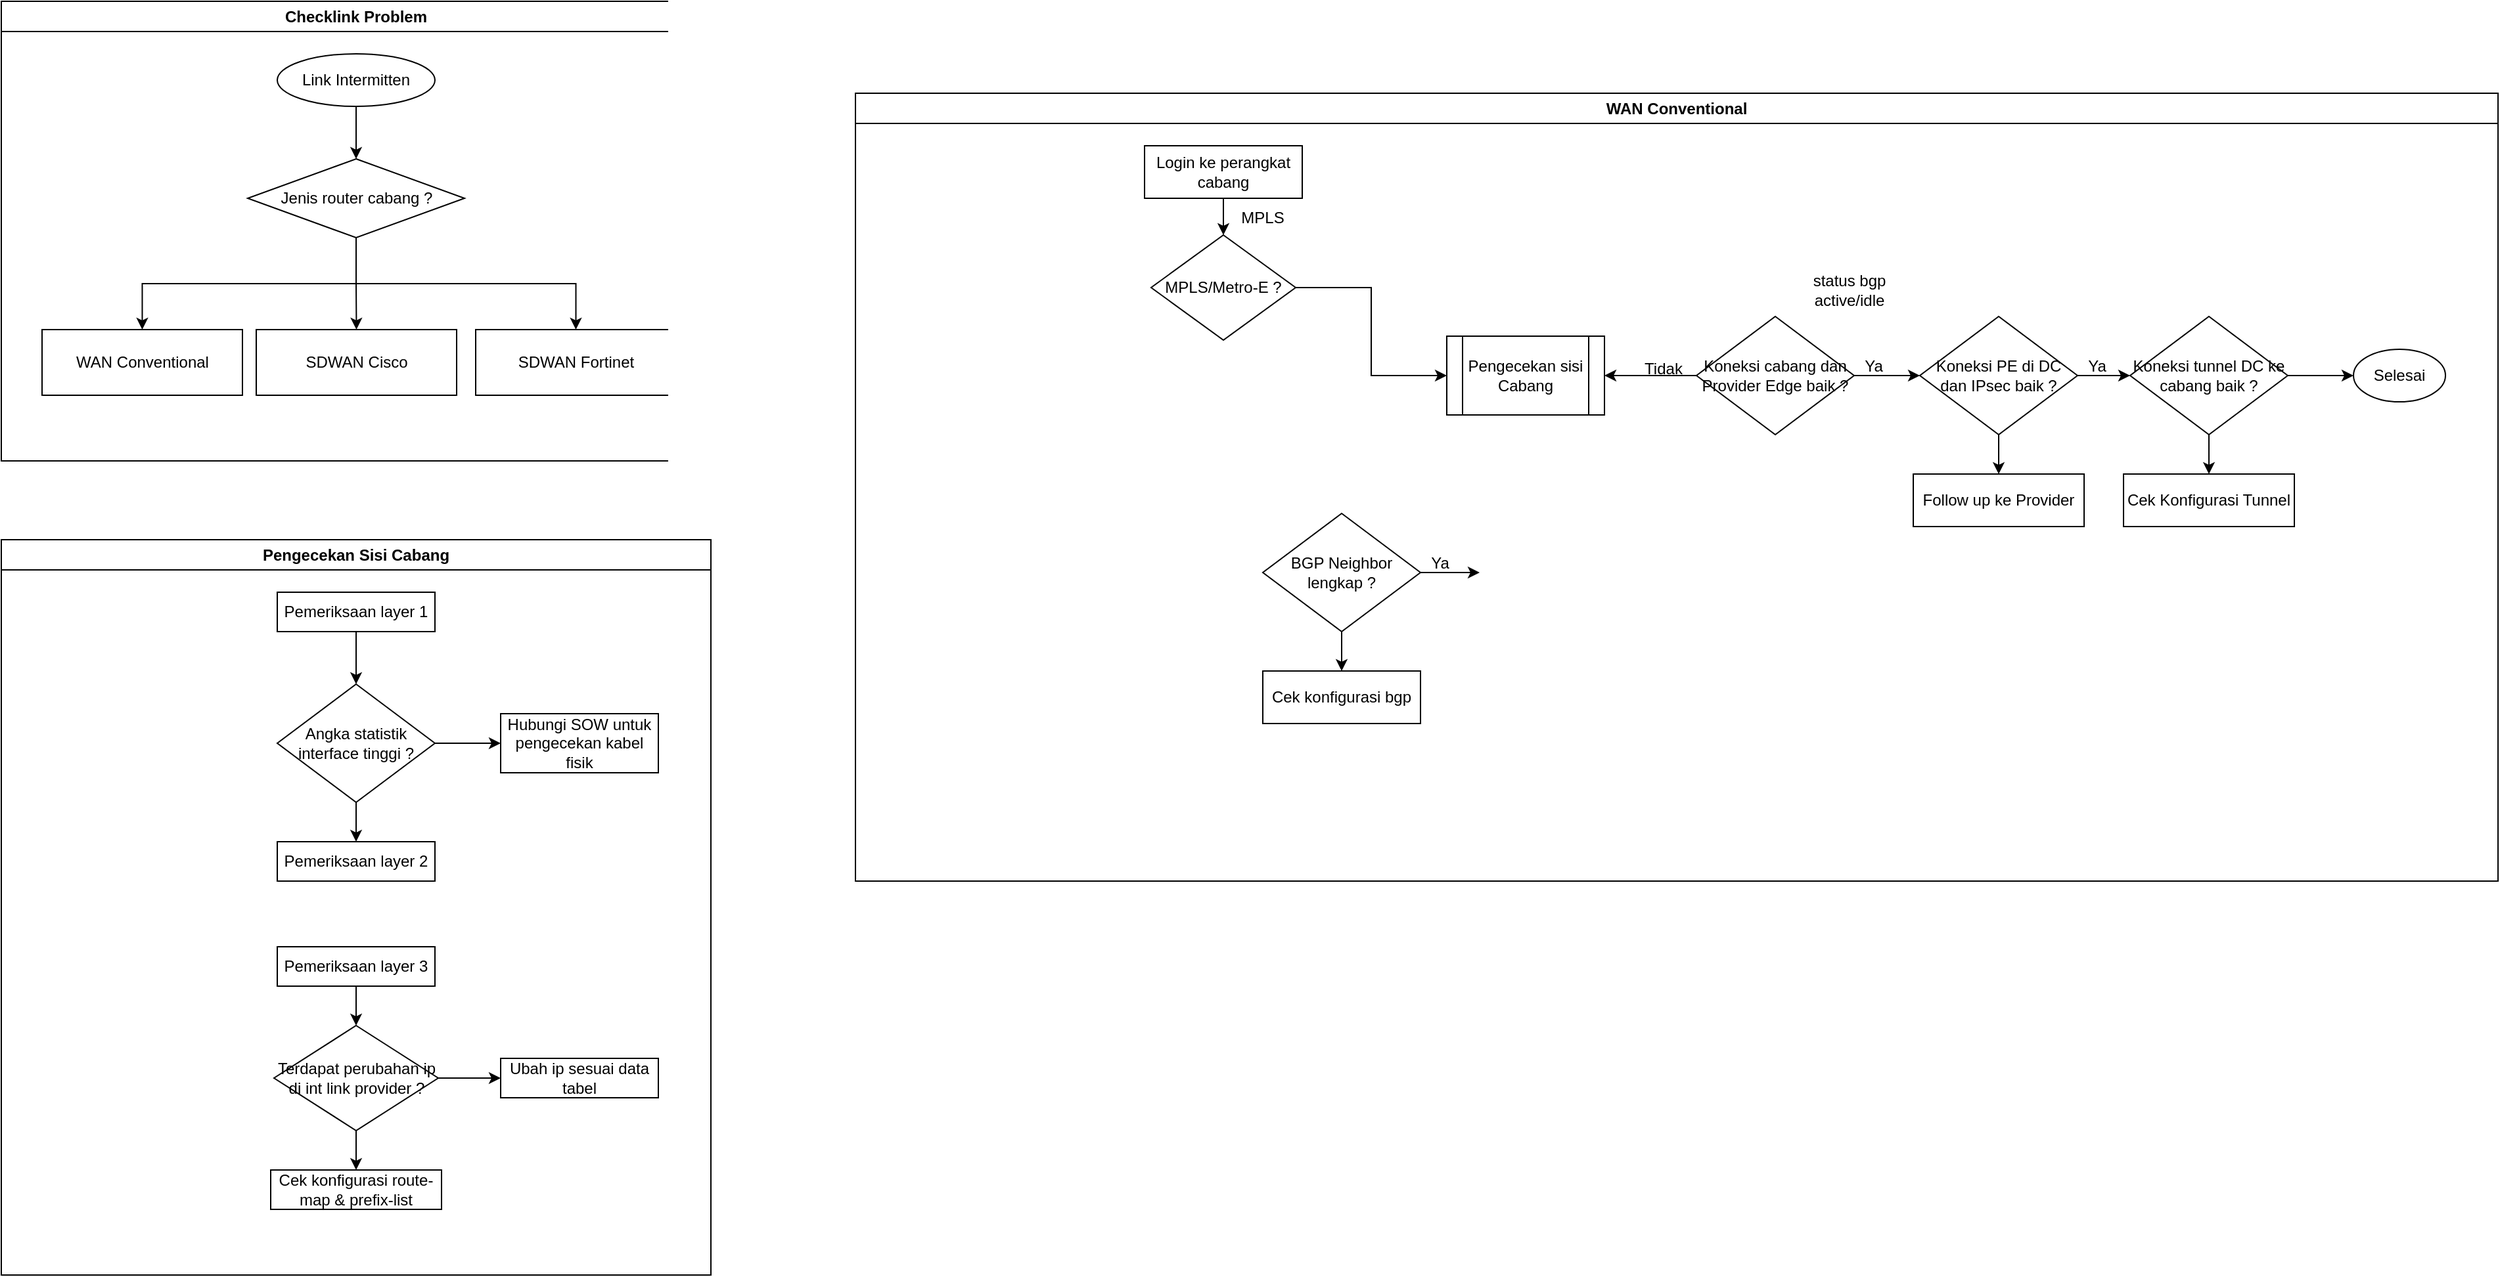
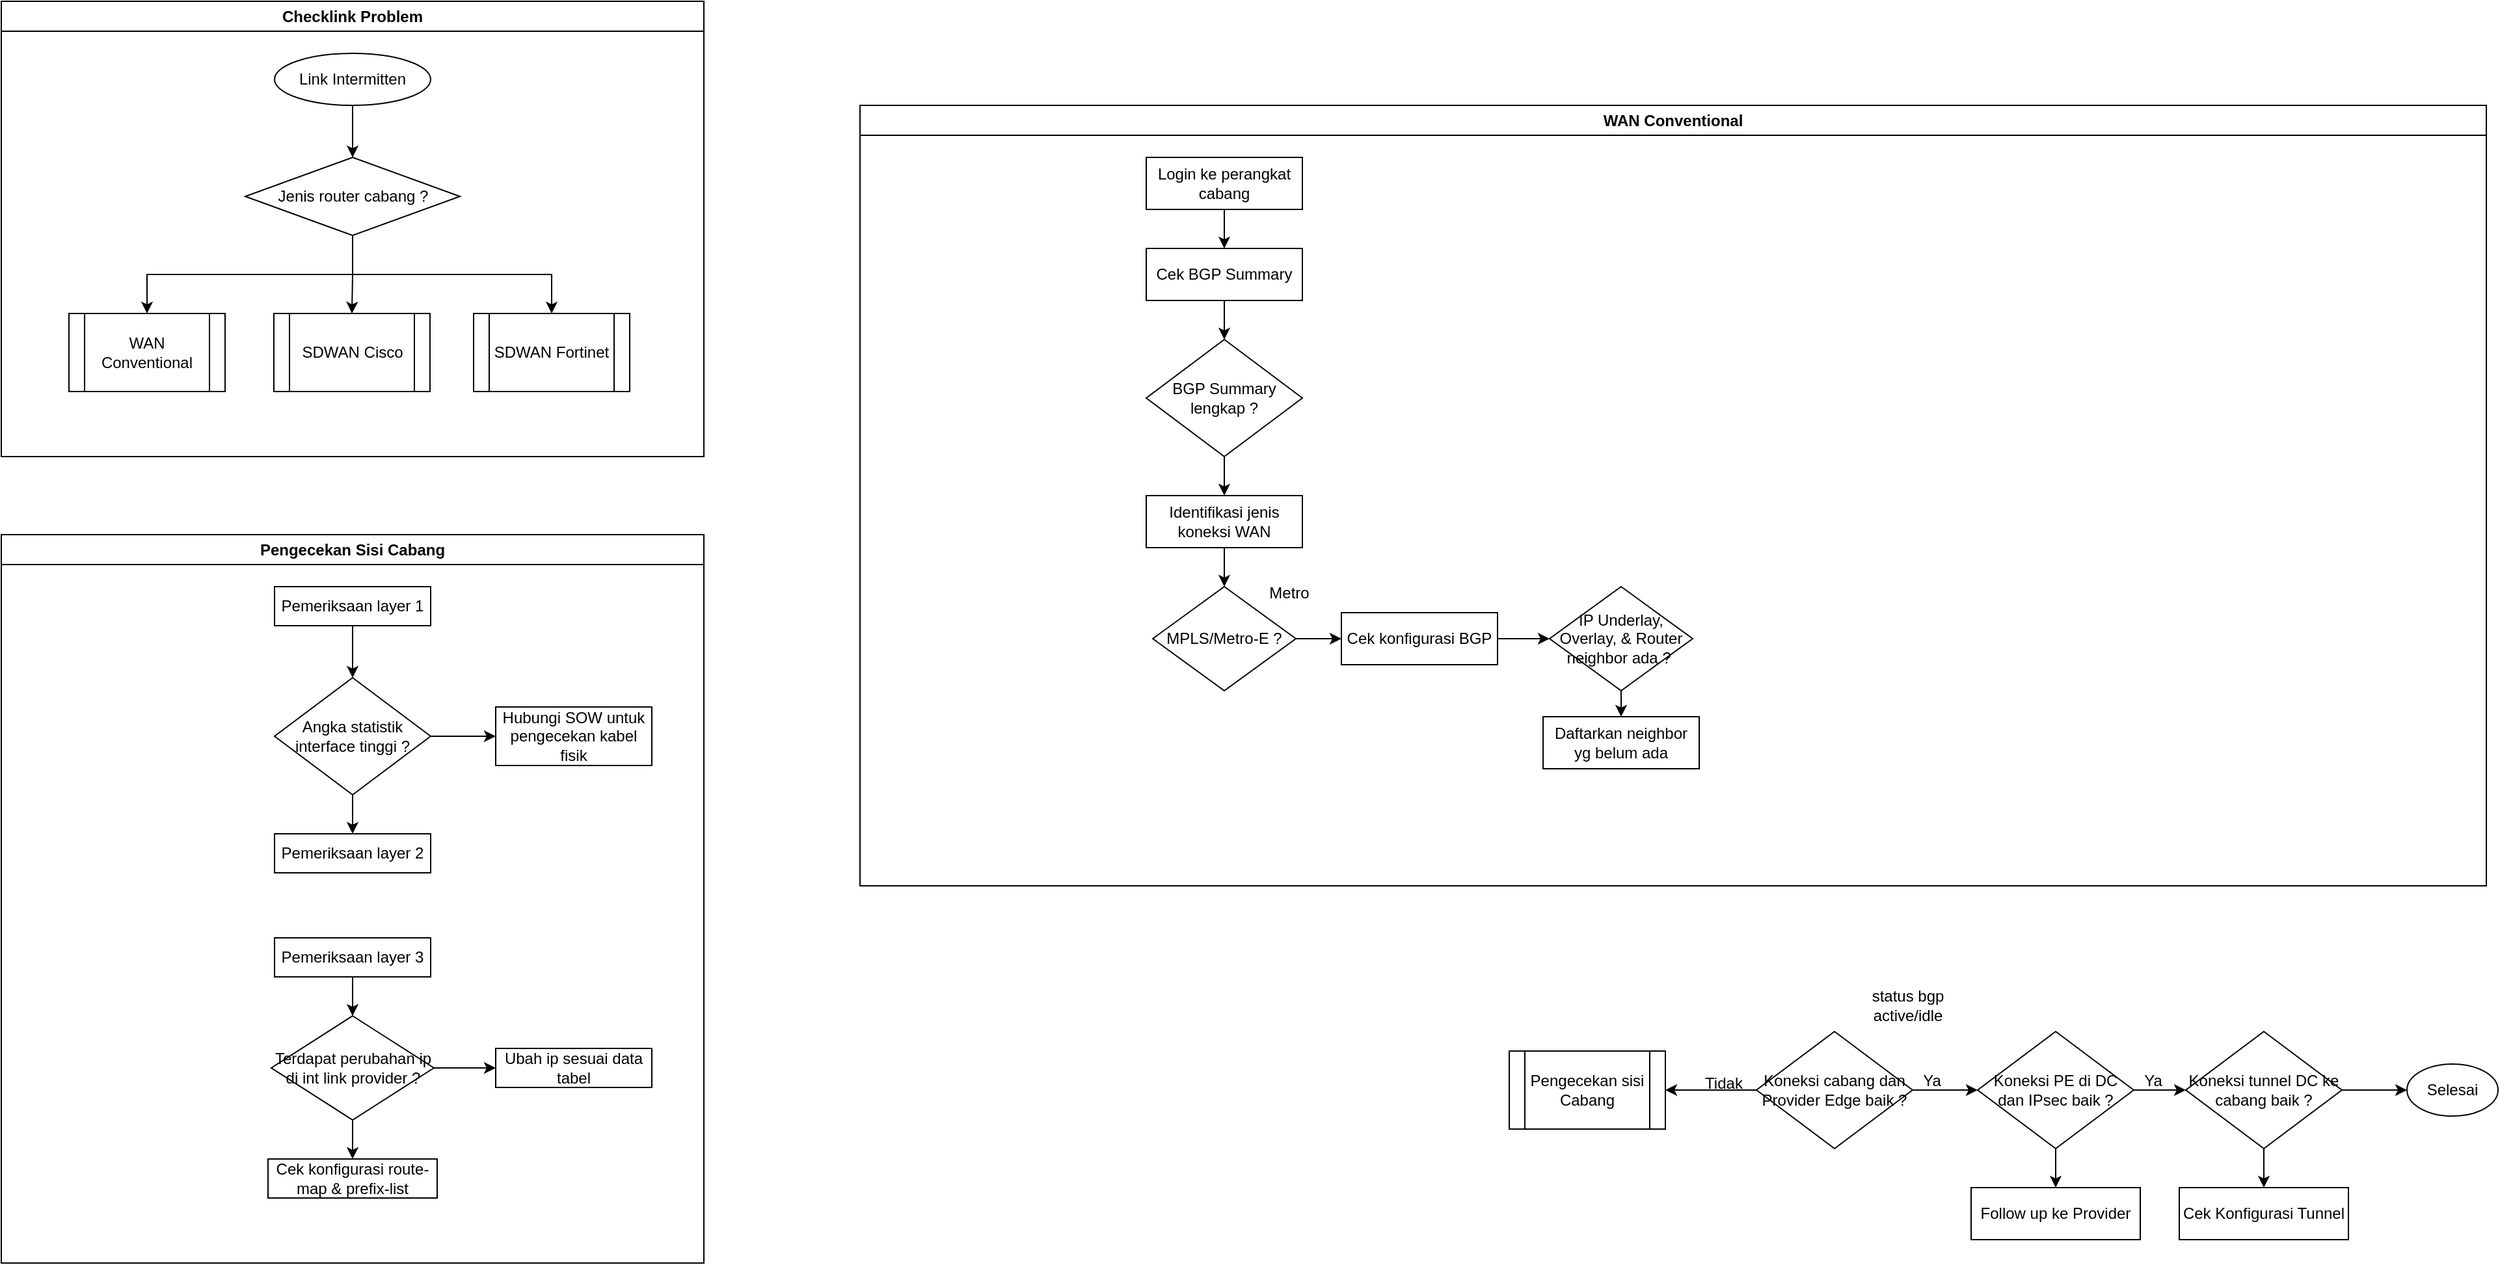
<mxfile host="app.diagrams.net">
  <diagram name="Page-1" id="9vhfLtuUu_MpJ2AiOVXD">
-     <mxGraphModel dx="1532" dy="908" grid="1" gridSize="10" guides="1" tooltips="1" connect="1" arrows="1" fold="1" page="1" pageScale="1" pageWidth="850" pageHeight="1100" math="0" shadow="0">
+     <mxGraphModel dx="1190" dy="906" grid="1" gridSize="10" guides="1" tooltips="1" connect="1" arrows="1" fold="1" page="1" pageScale="1" pageWidth="850" pageHeight="1100" math="0" shadow="0">
      <root>
        <mxCell id="0" />
        <mxCell id="1" parent="0" />
        <mxCell id="pEuGeytKHn6pjW4NDgE5-2" parent="1" style="swimlane;whiteSpace=wrap;html=1;" value="Checklink Problem" vertex="1">
          <mxGeometry height="350" width="540" x="10" y="10" as="geometry" />
        </mxCell>
        <mxCell id="P1elN6ceBegf7L-zKAY9-7" edge="1" parent="pEuGeytKHn6pjW4NDgE5-2" source="P1elN6ceBegf7L-zKAY9-3" style="edgeStyle=orthogonalEdgeStyle;rounded=0;orthogonalLoop=1;jettySize=auto;html=1;exitX=0.5;exitY=1;exitDx=0;exitDy=0;entryX=0.5;entryY=0;entryDx=0;entryDy=0;" target="P1elN6ceBegf7L-zKAY9-6">
          <mxGeometry relative="1" as="geometry" />
        </mxCell>
        <mxCell id="P1elN6ceBegf7L-zKAY9-3" parent="pEuGeytKHn6pjW4NDgE5-2" style="ellipse;whiteSpace=wrap;html=1;" value="Link Intermitten" vertex="1">
          <mxGeometry height="40" width="120" x="210" y="40" as="geometry" />
        </mxCell>
-         <mxCell id="P1elN6ceBegf7L-zKAY9-11" edge="1" parent="pEuGeytKHn6pjW4NDgE5-2" source="P1elN6ceBegf7L-zKAY9-6" style="edgeStyle=orthogonalEdgeStyle;rounded=0;orthogonalLoop=1;jettySize=auto;html=1;exitX=0.5;exitY=1;exitDx=0;exitDy=0;" target="P1elN6ceBegf7L-zKAY9-8">
+         <mxCell id="v4keN2X_tolYOajlrL1v-25" edge="1" parent="pEuGeytKHn6pjW4NDgE5-2" source="P1elN6ceBegf7L-zKAY9-6" style="edgeStyle=orthogonalEdgeStyle;rounded=0;orthogonalLoop=1;jettySize=auto;html=1;exitX=0.5;exitY=1;exitDx=0;exitDy=0;entryX=0.5;entryY=0;entryDx=0;entryDy=0;" target="v4keN2X_tolYOajlrL1v-22">
          <mxGeometry relative="1" as="geometry" />
        </mxCell>
-         <mxCell id="P1elN6ceBegf7L-zKAY9-12" edge="1" parent="pEuGeytKHn6pjW4NDgE5-2" source="P1elN6ceBegf7L-zKAY9-6" style="edgeStyle=orthogonalEdgeStyle;rounded=0;orthogonalLoop=1;jettySize=auto;html=1;exitX=0.5;exitY=1;exitDx=0;exitDy=0;" target="P1elN6ceBegf7L-zKAY9-9">
+         <mxCell id="v4keN2X_tolYOajlrL1v-26" edge="1" parent="pEuGeytKHn6pjW4NDgE5-2" source="P1elN6ceBegf7L-zKAY9-6" style="edgeStyle=orthogonalEdgeStyle;rounded=0;orthogonalLoop=1;jettySize=auto;html=1;exitX=0.5;exitY=1;exitDx=0;exitDy=0;entryX=0.5;entryY=0;entryDx=0;entryDy=0;" target="v4keN2X_tolYOajlrL1v-23">
          <mxGeometry relative="1" as="geometry" />
        </mxCell>
-         <mxCell id="P1elN6ceBegf7L-zKAY9-13" edge="1" parent="pEuGeytKHn6pjW4NDgE5-2" source="P1elN6ceBegf7L-zKAY9-6" style="edgeStyle=orthogonalEdgeStyle;rounded=0;orthogonalLoop=1;jettySize=auto;html=1;exitX=0.5;exitY=1;exitDx=0;exitDy=0;" target="P1elN6ceBegf7L-zKAY9-10">
+         <mxCell id="v4keN2X_tolYOajlrL1v-27" edge="1" parent="pEuGeytKHn6pjW4NDgE5-2" source="P1elN6ceBegf7L-zKAY9-6" style="edgeStyle=orthogonalEdgeStyle;rounded=0;orthogonalLoop=1;jettySize=auto;html=1;exitX=0.5;exitY=1;exitDx=0;exitDy=0;" target="v4keN2X_tolYOajlrL1v-24">
          <mxGeometry relative="1" as="geometry" />
        </mxCell>
        <mxCell id="P1elN6ceBegf7L-zKAY9-6" parent="pEuGeytKHn6pjW4NDgE5-2" style="rhombus;whiteSpace=wrap;html=1;" value="Jenis router cabang ?" vertex="1">
          <mxGeometry height="60" width="165" x="187.5" y="120" as="geometry" />
        </mxCell>
-         <mxCell id="P1elN6ceBegf7L-zKAY9-8" parent="pEuGeytKHn6pjW4NDgE5-2" style="rounded=0;whiteSpace=wrap;html=1;" value="WAN Conventional" vertex="1">
-           <mxGeometry height="50" width="152.5" x="31" y="250" as="geometry" />
+         <mxCell id="v4keN2X_tolYOajlrL1v-22" parent="pEuGeytKHn6pjW4NDgE5-2" style="shape=process;whiteSpace=wrap;html=1;backgroundOutline=1;" value="WAN Conventional" vertex="1">
+           <mxGeometry height="60" width="120" x="52" y="240" as="geometry" />
        </mxCell>
-         <mxCell id="P1elN6ceBegf7L-zKAY9-9" parent="pEuGeytKHn6pjW4NDgE5-2" style="rounded=0;whiteSpace=wrap;html=1;" value="SDWAN Cisco" vertex="1">
-           <mxGeometry height="50" width="152.5" x="194" y="250" as="geometry" />
+         <mxCell id="v4keN2X_tolYOajlrL1v-23" parent="pEuGeytKHn6pjW4NDgE5-2" style="shape=process;whiteSpace=wrap;html=1;backgroundOutline=1;" value="SDWAN Cisco" vertex="1">
+           <mxGeometry height="60" width="120" x="209.5" y="240" as="geometry" />
        </mxCell>
-         <mxCell id="P1elN6ceBegf7L-zKAY9-10" parent="pEuGeytKHn6pjW4NDgE5-2" style="rounded=0;whiteSpace=wrap;html=1;" value="SDWAN Fortinet" vertex="1">
-           <mxGeometry height="50" width="152.5" x="361" y="250" as="geometry" />
+         <mxCell id="v4keN2X_tolYOajlrL1v-24" parent="pEuGeytKHn6pjW4NDgE5-2" style="shape=process;whiteSpace=wrap;html=1;backgroundOutline=1;" value="SDWAN Fortinet" vertex="1">
+           <mxGeometry height="60" width="120" x="363" y="240" as="geometry" />
        </mxCell>
        <mxCell id="TYqNpPFM6TGwHHhuPpuI-11" parent="1" style="swimlane;whiteSpace=wrap;html=1;" value="WAN Conventional" vertex="1">
-           <mxGeometry height="600" width="1250" x="660" y="80" as="geometry" />
+           <mxGeometry height="600" width="1250" x="670" y="90" as="geometry" />
        </mxCell>
-         <mxCell id="pmmJg_nAHrXnhT2FHE6J-2" edge="1" parent="TYqNpPFM6TGwHHhuPpuI-11" source="TYqNpPFM6TGwHHhuPpuI-12" style="edgeStyle=orthogonalEdgeStyle;rounded=0;orthogonalLoop=1;jettySize=auto;html=1;" target="pmmJg_nAHrXnhT2FHE6J-1" value="">
+         <mxCell id="v4keN2X_tolYOajlrL1v-10" edge="1" parent="TYqNpPFM6TGwHHhuPpuI-11" source="TYqNpPFM6TGwHHhuPpuI-12" style="edgeStyle=orthogonalEdgeStyle;rounded=0;orthogonalLoop=1;jettySize=auto;html=1;exitX=0.5;exitY=1;exitDx=0;exitDy=0;entryX=0.5;entryY=0;entryDx=0;entryDy=0;" target="v4keN2X_tolYOajlrL1v-9">
          <mxGeometry relative="1" as="geometry" />
        </mxCell>
        <mxCell id="TYqNpPFM6TGwHHhuPpuI-12" parent="TYqNpPFM6TGwHHhuPpuI-11" style="rounded=0;whiteSpace=wrap;html=1;" value="Login ke perangkat cabang" vertex="1">
          <mxGeometry height="40" width="120" x="220" y="40" as="geometry" />
        </mxCell>
-         <mxCell id="TYqNpPFM6TGwHHhuPpuI-30" edge="1" parent="TYqNpPFM6TGwHHhuPpuI-11" source="TYqNpPFM6TGwHHhuPpuI-13" style="edgeStyle=orthogonalEdgeStyle;rounded=0;orthogonalLoop=1;jettySize=auto;html=1;exitX=1;exitY=0.5;exitDx=0;exitDy=0;entryX=0;entryY=0.5;entryDx=0;entryDy=0;">
-           <mxGeometry relative="1" as="geometry">
-             <mxPoint x="475" y="365" as="targetPoint" />
-           </mxGeometry>
-         </mxCell>
-         <mxCell id="aBstJuGHSijlGCTxtPnz-3" edge="1" parent="TYqNpPFM6TGwHHhuPpuI-11" source="TYqNpPFM6TGwHHhuPpuI-13" style="edgeStyle=orthogonalEdgeStyle;rounded=0;orthogonalLoop=1;jettySize=auto;html=1;" target="aBstJuGHSijlGCTxtPnz-2" value="">
+         <mxCell id="v4keN2X_tolYOajlrL1v-7" edge="1" parent="TYqNpPFM6TGwHHhuPpuI-11" source="v4keN2X_tolYOajlrL1v-5" style="edgeStyle=orthogonalEdgeStyle;rounded=0;orthogonalLoop=1;jettySize=auto;html=1;exitX=0.5;exitY=1;exitDx=0;exitDy=0;" target="pmmJg_nAHrXnhT2FHE6J-1">
          <mxGeometry relative="1" as="geometry" />
        </mxCell>
-         <mxCell id="TYqNpPFM6TGwHHhuPpuI-13" parent="TYqNpPFM6TGwHHhuPpuI-11" style="rhombus;whiteSpace=wrap;html=1;" value="BGP Neighbor lengkap ?" vertex="1">
-           <mxGeometry height="90" width="120" x="310" y="320" as="geometry" />
+         <mxCell id="v4keN2X_tolYOajlrL1v-5" parent="TYqNpPFM6TGwHHhuPpuI-11" style="rounded=0;whiteSpace=wrap;html=1;" value="Identifikasi jenis koneksi WAN" vertex="1">
+           <mxGeometry height="40" width="120" x="220" y="300" as="geometry" />
        </mxCell>
-         <mxCell id="TYqNpPFM6TGwHHhuPpuI-23" edge="1" parent="TYqNpPFM6TGwHHhuPpuI-11" source="TYqNpPFM6TGwHHhuPpuI-19" style="edgeStyle=orthogonalEdgeStyle;rounded=0;orthogonalLoop=1;jettySize=auto;html=1;" target="TYqNpPFM6TGwHHhuPpuI-22" value="">
-           <mxGeometry relative="1" as="geometry" />
-         </mxCell>
-         <mxCell id="TYqNpPFM6TGwHHhuPpuI-34" edge="1" parent="TYqNpPFM6TGwHHhuPpuI-11" source="TYqNpPFM6TGwHHhuPpuI-19" style="edgeStyle=orthogonalEdgeStyle;rounded=0;orthogonalLoop=1;jettySize=auto;html=1;exitX=0;exitY=0.5;exitDx=0;exitDy=0;entryX=1;entryY=0.5;entryDx=0;entryDy=0;" target="TYqNpPFM6TGwHHhuPpuI-33">
-           <mxGeometry relative="1" as="geometry" />
-         </mxCell>
-         <mxCell id="TYqNpPFM6TGwHHhuPpuI-19" parent="TYqNpPFM6TGwHHhuPpuI-11" style="rhombus;whiteSpace=wrap;html=1;" value="Koneksi cabang dan Provider Edge baik ?" vertex="1">
-           <mxGeometry height="90" width="120" x="640" y="170" as="geometry" />
-         </mxCell>
-         <mxCell id="TYqNpPFM6TGwHHhuPpuI-22" parent="TYqNpPFM6TGwHHhuPpuI-11" style="rhombus;whiteSpace=wrap;html=1;" value="Koneksi PE di DC dan IPsec baik ?" vertex="1">
-           <mxGeometry height="90" width="120" x="810" y="170" as="geometry" />
-         </mxCell>
-         <mxCell id="TYqNpPFM6TGwHHhuPpuI-24" parent="TYqNpPFM6TGwHHhuPpuI-11" style="rounded=0;whiteSpace=wrap;html=1;" value="Follow up ke Provider" vertex="1">
-           <mxGeometry height="40" width="130" x="805" y="290" as="geometry" />
-         </mxCell>
-         <mxCell id="TYqNpPFM6TGwHHhuPpuI-25" edge="1" parent="TYqNpPFM6TGwHHhuPpuI-11" source="TYqNpPFM6TGwHHhuPpuI-22" style="edgeStyle=orthogonalEdgeStyle;rounded=0;orthogonalLoop=1;jettySize=auto;html=1;exitX=0.5;exitY=1;exitDx=0;exitDy=0;entryX=0.5;entryY=0;entryDx=0;entryDy=0;" target="TYqNpPFM6TGwHHhuPpuI-24">
-           <mxGeometry relative="1" as="geometry" />
-         </mxCell>
-         <mxCell id="pmmJg_nAHrXnhT2FHE6J-8" edge="1" parent="TYqNpPFM6TGwHHhuPpuI-11" source="TYqNpPFM6TGwHHhuPpuI-26" style="edgeStyle=orthogonalEdgeStyle;rounded=0;orthogonalLoop=1;jettySize=auto;html=1;exitX=1;exitY=0.5;exitDx=0;exitDy=0;entryX=0;entryY=0.5;entryDx=0;entryDy=0;" target="pmmJg_nAHrXnhT2FHE6J-7">
-           <mxGeometry relative="1" as="geometry" />
-         </mxCell>
-         <mxCell id="TYqNpPFM6TGwHHhuPpuI-26" parent="TYqNpPFM6TGwHHhuPpuI-11" style="rhombus;whiteSpace=wrap;html=1;" value="Koneksi tunnel DC ke cabang baik ?" vertex="1">
-           <mxGeometry height="90" width="120" x="970" y="170" as="geometry" />
-         </mxCell>
-         <mxCell id="TYqNpPFM6TGwHHhuPpuI-27" edge="1" parent="TYqNpPFM6TGwHHhuPpuI-11" source="TYqNpPFM6TGwHHhuPpuI-22" style="edgeStyle=orthogonalEdgeStyle;rounded=0;orthogonalLoop=1;jettySize=auto;html=1;" target="TYqNpPFM6TGwHHhuPpuI-26" value="">
-           <mxGeometry relative="1" as="geometry" />
-         </mxCell>
-         <mxCell id="TYqNpPFM6TGwHHhuPpuI-28" parent="TYqNpPFM6TGwHHhuPpuI-11" style="rounded=0;whiteSpace=wrap;html=1;" value="Cek Konfigurasi Tunnel" vertex="1">
-           <mxGeometry height="40" width="130" x="965" y="290" as="geometry" />
-         </mxCell>
-         <mxCell id="TYqNpPFM6TGwHHhuPpuI-29" edge="1" parent="TYqNpPFM6TGwHHhuPpuI-11" source="TYqNpPFM6TGwHHhuPpuI-26" style="edgeStyle=orthogonalEdgeStyle;rounded=0;orthogonalLoop=1;jettySize=auto;html=1;exitX=0.5;exitY=1;exitDx=0;exitDy=0;entryX=0.5;entryY=0;entryDx=0;entryDy=0;" target="TYqNpPFM6TGwHHhuPpuI-28">
-           <mxGeometry relative="1" as="geometry" />
-         </mxCell>
-         <mxCell id="TYqNpPFM6TGwHHhuPpuI-37" parent="TYqNpPFM6TGwHHhuPpuI-11" style="text;html=1;whiteSpace=wrap;strokeColor=none;fillColor=none;align=center;verticalAlign=middle;rounded=0;" value="status bgp active/idle" vertex="1">
-           <mxGeometry height="20" width="97" x="708" y="140" as="geometry" />
-         </mxCell>
-         <mxCell id="TYqNpPFM6TGwHHhuPpuI-38" parent="TYqNpPFM6TGwHHhuPpuI-11" style="text;html=1;whiteSpace=wrap;strokeColor=none;fillColor=none;align=center;verticalAlign=middle;rounded=0;" value="Tidak" vertex="1">
-           <mxGeometry height="20" width="50" x="590" y="200" as="geometry" />
-         </mxCell>
-         <mxCell id="TYqNpPFM6TGwHHhuPpuI-40" parent="TYqNpPFM6TGwHHhuPpuI-11" style="text;html=1;whiteSpace=wrap;strokeColor=none;fillColor=none;align=center;verticalAlign=middle;rounded=0;" value="Ya" vertex="1">
-           <mxGeometry height="20" width="50" x="750" y="198" as="geometry" />
-         </mxCell>
-         <mxCell id="TYqNpPFM6TGwHHhuPpuI-41" parent="TYqNpPFM6TGwHHhuPpuI-11" style="text;html=1;whiteSpace=wrap;strokeColor=none;fillColor=none;align=center;verticalAlign=middle;rounded=0;" value="Ya" vertex="1">
-           <mxGeometry height="20" width="50" x="920" y="198" as="geometry" />
-         </mxCell>
-         <mxCell id="TYqNpPFM6TGwHHhuPpuI-35" parent="TYqNpPFM6TGwHHhuPpuI-11" style="text;html=1;whiteSpace=wrap;strokeColor=none;fillColor=none;align=center;verticalAlign=middle;rounded=0;" value="Ya" vertex="1">
-           <mxGeometry height="20" width="50" x="420" y="348" as="geometry" />
-         </mxCell>
-         <mxCell id="TYqNpPFM6TGwHHhuPpuI-33" parent="TYqNpPFM6TGwHHhuPpuI-11" style="shape=process;whiteSpace=wrap;html=1;backgroundOutline=1;" value="Pengecekan sisi Cabang" vertex="1">
-           <mxGeometry height="60" width="120" x="450" y="185" as="geometry" />
-         </mxCell>
-         <mxCell id="pmmJg_nAHrXnhT2FHE6J-3" edge="1" parent="TYqNpPFM6TGwHHhuPpuI-11" source="pmmJg_nAHrXnhT2FHE6J-1" style="edgeStyle=orthogonalEdgeStyle;rounded=0;orthogonalLoop=1;jettySize=auto;html=1;exitX=1;exitY=0.5;exitDx=0;exitDy=0;entryX=0;entryY=0.5;entryDx=0;entryDy=0;" target="TYqNpPFM6TGwHHhuPpuI-33">
+         <mxCell id="v4keN2X_tolYOajlrL1v-15" edge="1" parent="TYqNpPFM6TGwHHhuPpuI-11" source="pmmJg_nAHrXnhT2FHE6J-1" style="edgeStyle=orthogonalEdgeStyle;rounded=0;orthogonalLoop=1;jettySize=auto;html=1;exitX=1;exitY=0.5;exitDx=0;exitDy=0;entryX=0;entryY=0.5;entryDx=0;entryDy=0;" target="v4keN2X_tolYOajlrL1v-14">
          <mxGeometry relative="1" as="geometry" />
        </mxCell>
        <mxCell id="pmmJg_nAHrXnhT2FHE6J-1" parent="TYqNpPFM6TGwHHhuPpuI-11" style="rhombus;whiteSpace=wrap;html=1;" value="MPLS/Metro-E ?" vertex="1">
-           <mxGeometry height="80" width="110" x="225" y="108" as="geometry" />
+           <mxGeometry height="80" width="110" x="225" y="370" as="geometry" />
        </mxCell>
-         <mxCell id="pmmJg_nAHrXnhT2FHE6J-7" parent="TYqNpPFM6TGwHHhuPpuI-11" style="ellipse;whiteSpace=wrap;html=1;" value="Selesai" vertex="1">
-           <mxGeometry height="40" width="70" x="1140" y="195" as="geometry" />
+         <mxCell id="v4keN2X_tolYOajlrL1v-11" edge="1" parent="TYqNpPFM6TGwHHhuPpuI-11" source="v4keN2X_tolYOajlrL1v-9" style="edgeStyle=orthogonalEdgeStyle;rounded=0;orthogonalLoop=1;jettySize=auto;html=1;exitX=0.5;exitY=1;exitDx=0;exitDy=0;entryX=0.5;entryY=0;entryDx=0;entryDy=0;" target="TYqNpPFM6TGwHHhuPpuI-13">
+           <mxGeometry relative="1" as="geometry" />
        </mxCell>
-         <mxCell id="aBstJuGHSijlGCTxtPnz-2" parent="TYqNpPFM6TGwHHhuPpuI-11" style="rounded=0;whiteSpace=wrap;html=1;" value="Cek konfigurasi bgp" vertex="1">
-           <mxGeometry height="40" width="120" x="310" y="440" as="geometry" />
+         <mxCell id="v4keN2X_tolYOajlrL1v-9" parent="TYqNpPFM6TGwHHhuPpuI-11" style="rounded=0;whiteSpace=wrap;html=1;" value="Cek BGP Summary" vertex="1">
+           <mxGeometry height="40" width="120" x="220" y="110" as="geometry" />
+         </mxCell>
+         <mxCell id="v4keN2X_tolYOajlrL1v-12" edge="1" parent="TYqNpPFM6TGwHHhuPpuI-11" source="TYqNpPFM6TGwHHhuPpuI-13" style="edgeStyle=orthogonalEdgeStyle;rounded=0;orthogonalLoop=1;jettySize=auto;html=1;exitX=0.5;exitY=1;exitDx=0;exitDy=0;entryX=0.5;entryY=0;entryDx=0;entryDy=0;" target="v4keN2X_tolYOajlrL1v-5">
+           <mxGeometry relative="1" as="geometry" />
+         </mxCell>
+         <mxCell id="TYqNpPFM6TGwHHhuPpuI-13" parent="TYqNpPFM6TGwHHhuPpuI-11" style="rhombus;whiteSpace=wrap;html=1;" value="BGP Summary lengkap ?" vertex="1">
+           <mxGeometry height="90" width="120" x="220" y="180" as="geometry" />
+         </mxCell>
+         <mxCell id="v4keN2X_tolYOajlrL1v-4" edge="1" parent="TYqNpPFM6TGwHHhuPpuI-11" style="edgeStyle=orthogonalEdgeStyle;rounded=0;orthogonalLoop=1;jettySize=auto;html=1;" target="v4keN2X_tolYOajlrL1v-3" value="">
+           <mxGeometry relative="1" as="geometry">
+             <mxPoint x="560" y="320" as="sourcePoint" />
+           </mxGeometry>
+         </mxCell>
+         <mxCell id="v4keN2X_tolYOajlrL1v-17" edge="1" parent="TYqNpPFM6TGwHHhuPpuI-11" source="v4keN2X_tolYOajlrL1v-14" style="edgeStyle=orthogonalEdgeStyle;rounded=0;orthogonalLoop=1;jettySize=auto;html=1;exitX=1;exitY=0.5;exitDx=0;exitDy=0;entryX=0;entryY=0.5;entryDx=0;entryDy=0;" target="v4keN2X_tolYOajlrL1v-16">
+           <mxGeometry relative="1" as="geometry" />
+         </mxCell>
+         <mxCell id="v4keN2X_tolYOajlrL1v-14" parent="TYqNpPFM6TGwHHhuPpuI-11" style="rounded=0;whiteSpace=wrap;html=1;" value="Cek konfigurasi BGP" vertex="1">
+           <mxGeometry height="40" width="120" x="370" y="390" as="geometry" />
+         </mxCell>
+         <mxCell id="v4keN2X_tolYOajlrL1v-20" edge="1" parent="TYqNpPFM6TGwHHhuPpuI-11" source="v4keN2X_tolYOajlrL1v-16" style="edgeStyle=orthogonalEdgeStyle;rounded=0;orthogonalLoop=1;jettySize=auto;html=1;exitX=0.5;exitY=1;exitDx=0;exitDy=0;entryX=0.5;entryY=0;entryDx=0;entryDy=0;" target="v4keN2X_tolYOajlrL1v-19">
+           <mxGeometry relative="1" as="geometry" />
+         </mxCell>
+         <mxCell id="v4keN2X_tolYOajlrL1v-16" parent="TYqNpPFM6TGwHHhuPpuI-11" style="rhombus;whiteSpace=wrap;html=1;" value="IP Underlay, Overlay, &amp;amp; Router neighbor ada ?&amp;nbsp;" vertex="1">
+           <mxGeometry height="80" width="110" x="530" y="370" as="geometry" />
+         </mxCell>
+         <mxCell id="v4keN2X_tolYOajlrL1v-19" parent="TYqNpPFM6TGwHHhuPpuI-11" style="rounded=0;whiteSpace=wrap;html=1;" value="Daftarkan neighbor yg belum ada" vertex="1">
+           <mxGeometry height="40" width="120" x="525" y="470" as="geometry" />
        </mxCell>
        <mxCell id="TYqNpPFM6TGwHHhuPpuI-65" parent="1" style="swimlane;whiteSpace=wrap;html=1;" value="Pengecekan Sisi Cabang" vertex="1">
          <mxGeometry height="560" width="540" x="10" y="420" as="geometry" />
        </mxCell>
        <mxCell id="fYS8cTILx4h1H9qz6oxb-3" edge="1" parent="TYqNpPFM6TGwHHhuPpuI-65" source="fYS8cTILx4h1H9qz6oxb-1" style="edgeStyle=orthogonalEdgeStyle;rounded=0;orthogonalLoop=1;jettySize=auto;html=1;" target="fYS8cTILx4h1H9qz6oxb-2" value="">
          <mxGeometry relative="1" as="geometry" />
        </mxCell>
        <mxCell id="fYS8cTILx4h1H9qz6oxb-1" parent="TYqNpPFM6TGwHHhuPpuI-65" style="rounded=0;whiteSpace=wrap;html=1;" value="Pemeriksaan layer 1" vertex="1">
          <mxGeometry height="30" width="120" x="210" y="40" as="geometry" />
        </mxCell>
        <mxCell id="fYS8cTILx4h1H9qz6oxb-5" edge="1" parent="TYqNpPFM6TGwHHhuPpuI-65" source="fYS8cTILx4h1H9qz6oxb-2" style="edgeStyle=orthogonalEdgeStyle;rounded=0;orthogonalLoop=1;jettySize=auto;html=1;" target="fYS8cTILx4h1H9qz6oxb-4" value="">
          <mxGeometry relative="1" as="geometry" />
        </mxCell>
        <mxCell id="fYS8cTILx4h1H9qz6oxb-7" edge="1" parent="TYqNpPFM6TGwHHhuPpuI-65" source="fYS8cTILx4h1H9qz6oxb-2" style="edgeStyle=orthogonalEdgeStyle;rounded=0;orthogonalLoop=1;jettySize=auto;html=1;" target="fYS8cTILx4h1H9qz6oxb-6" value="">
          <mxGeometry relative="1" as="geometry" />
        </mxCell>
        <mxCell id="fYS8cTILx4h1H9qz6oxb-2" parent="TYqNpPFM6TGwHHhuPpuI-65" style="rhombus;whiteSpace=wrap;html=1;" value="Angka statistik interface tinggi ?" vertex="1">
          <mxGeometry height="90" width="120" x="210" y="110" as="geometry" />
        </mxCell>
        <mxCell id="fYS8cTILx4h1H9qz6oxb-4" parent="TYqNpPFM6TGwHHhuPpuI-65" style="rounded=0;whiteSpace=wrap;html=1;" value="Hubungi SOW untuk pengecekan kabel fisik" vertex="1">
          <mxGeometry height="45" width="120" x="380" y="132.5" as="geometry" />
        </mxCell>
        <mxCell id="fYS8cTILx4h1H9qz6oxb-6" parent="TYqNpPFM6TGwHHhuPpuI-65" style="rounded=0;whiteSpace=wrap;html=1;" value="Pemeriksaan layer 2" vertex="1">
          <mxGeometry height="30" width="120" x="210" y="230" as="geometry" />
        </mxCell>
        <mxCell id="fYS8cTILx4h1H9qz6oxb-8" parent="TYqNpPFM6TGwHHhuPpuI-65" style="rounded=0;whiteSpace=wrap;html=1;" value="Pemeriksaan layer 3" vertex="1">
          <mxGeometry height="30" width="120" x="210" y="310" as="geometry" />
        </mxCell>
        <mxCell id="fYS8cTILx4h1H9qz6oxb-11" parent="TYqNpPFM6TGwHHhuPpuI-65" style="rounded=0;whiteSpace=wrap;html=1;" value="Ubah ip sesuai data tabel" vertex="1">
          <mxGeometry height="30" width="120" x="380" y="395" as="geometry" />
        </mxCell>
        <mxCell id="fYS8cTILx4h1H9qz6oxb-12" edge="1" parent="TYqNpPFM6TGwHHhuPpuI-65" source="fYS8cTILx4h1H9qz6oxb-9" style="edgeStyle=orthogonalEdgeStyle;rounded=0;orthogonalLoop=1;jettySize=auto;html=1;" target="fYS8cTILx4h1H9qz6oxb-11" value="">
          <mxGeometry relative="1" as="geometry" />
        </mxCell>
        <mxCell id="pmmJg_nAHrXnhT2FHE6J-10" edge="1" parent="TYqNpPFM6TGwHHhuPpuI-65" source="fYS8cTILx4h1H9qz6oxb-9" style="edgeStyle=orthogonalEdgeStyle;rounded=0;orthogonalLoop=1;jettySize=auto;html=1;exitX=0.5;exitY=1;exitDx=0;exitDy=0;entryX=0.5;entryY=0;entryDx=0;entryDy=0;" target="pmmJg_nAHrXnhT2FHE6J-9">
          <mxGeometry relative="1" as="geometry" />
        </mxCell>
        <mxCell id="fYS8cTILx4h1H9qz6oxb-9" parent="TYqNpPFM6TGwHHhuPpuI-65" style="rhombus;whiteSpace=wrap;html=1;" value="Terdapat perubahan ip di int link provider ?" vertex="1">
          <mxGeometry height="80" width="125" x="207.5" y="370" as="geometry" />
        </mxCell>
        <mxCell id="fYS8cTILx4h1H9qz6oxb-10" edge="1" parent="TYqNpPFM6TGwHHhuPpuI-65" source="fYS8cTILx4h1H9qz6oxb-8" style="edgeStyle=orthogonalEdgeStyle;rounded=0;orthogonalLoop=1;jettySize=auto;html=1;" target="fYS8cTILx4h1H9qz6oxb-9" value="">
          <mxGeometry relative="1" as="geometry" />
        </mxCell>
        <mxCell id="pmmJg_nAHrXnhT2FHE6J-9" parent="TYqNpPFM6TGwHHhuPpuI-65" style="rounded=0;whiteSpace=wrap;html=1;" value="Cek konfigurasi route-map &amp;amp; prefix-list" vertex="1">
          <mxGeometry height="30" width="130" x="205" y="480" as="geometry" />
        </mxCell>
-         <mxCell id="pmmJg_nAHrXnhT2FHE6J-4" parent="1" style="text;html=1;whiteSpace=wrap;strokeColor=none;fillColor=none;align=center;verticalAlign=middle;rounded=0;" value="MPLS" vertex="1">
-           <mxGeometry height="30" width="60" x="940" y="160" as="geometry" />
+         <mxCell id="TYqNpPFM6TGwHHhuPpuI-23" edge="1" parent="1" source="TYqNpPFM6TGwHHhuPpuI-19" style="edgeStyle=orthogonalEdgeStyle;rounded=0;orthogonalLoop=1;jettySize=auto;html=1;" target="TYqNpPFM6TGwHHhuPpuI-22" value="">
+           <mxGeometry relative="1" as="geometry" />
+         </mxCell>
+         <mxCell id="TYqNpPFM6TGwHHhuPpuI-34" edge="1" parent="1" source="TYqNpPFM6TGwHHhuPpuI-19" style="edgeStyle=orthogonalEdgeStyle;rounded=0;orthogonalLoop=1;jettySize=auto;html=1;exitX=0;exitY=0.5;exitDx=0;exitDy=0;entryX=1;entryY=0.5;entryDx=0;entryDy=0;" target="TYqNpPFM6TGwHHhuPpuI-33">
+           <mxGeometry relative="1" as="geometry" />
+         </mxCell>
+         <mxCell id="TYqNpPFM6TGwHHhuPpuI-19" parent="1" style="rhombus;whiteSpace=wrap;html=1;" value="Koneksi cabang dan Provider Edge baik ?" vertex="1">
+           <mxGeometry height="90" width="120" x="1359" y="802" as="geometry" />
+         </mxCell>
+         <mxCell id="TYqNpPFM6TGwHHhuPpuI-22" parent="1" style="rhombus;whiteSpace=wrap;html=1;" value="Koneksi PE di DC dan IPsec baik ?" vertex="1">
+           <mxGeometry height="90" width="120" x="1529" y="802" as="geometry" />
+         </mxCell>
+         <mxCell id="TYqNpPFM6TGwHHhuPpuI-24" parent="1" style="rounded=0;whiteSpace=wrap;html=1;" value="Follow up ke Provider" vertex="1">
+           <mxGeometry height="40" width="130" x="1524" y="922" as="geometry" />
+         </mxCell>
+         <mxCell id="TYqNpPFM6TGwHHhuPpuI-25" edge="1" parent="1" source="TYqNpPFM6TGwHHhuPpuI-22" style="edgeStyle=orthogonalEdgeStyle;rounded=0;orthogonalLoop=1;jettySize=auto;html=1;exitX=0.5;exitY=1;exitDx=0;exitDy=0;entryX=0.5;entryY=0;entryDx=0;entryDy=0;" target="TYqNpPFM6TGwHHhuPpuI-24">
+           <mxGeometry relative="1" as="geometry" />
+         </mxCell>
+         <mxCell id="pmmJg_nAHrXnhT2FHE6J-8" edge="1" parent="1" source="TYqNpPFM6TGwHHhuPpuI-26" style="edgeStyle=orthogonalEdgeStyle;rounded=0;orthogonalLoop=1;jettySize=auto;html=1;exitX=1;exitY=0.5;exitDx=0;exitDy=0;entryX=0;entryY=0.5;entryDx=0;entryDy=0;" target="pmmJg_nAHrXnhT2FHE6J-7">
+           <mxGeometry relative="1" as="geometry" />
+         </mxCell>
+         <mxCell id="TYqNpPFM6TGwHHhuPpuI-26" parent="1" style="rhombus;whiteSpace=wrap;html=1;" value="Koneksi tunnel DC ke cabang baik ?" vertex="1">
+           <mxGeometry height="90" width="120" x="1689" y="802" as="geometry" />
+         </mxCell>
+         <mxCell id="TYqNpPFM6TGwHHhuPpuI-27" edge="1" parent="1" source="TYqNpPFM6TGwHHhuPpuI-22" style="edgeStyle=orthogonalEdgeStyle;rounded=0;orthogonalLoop=1;jettySize=auto;html=1;" target="TYqNpPFM6TGwHHhuPpuI-26" value="">
+           <mxGeometry relative="1" as="geometry" />
+         </mxCell>
+         <mxCell id="TYqNpPFM6TGwHHhuPpuI-28" parent="1" style="rounded=0;whiteSpace=wrap;html=1;" value="Cek Konfigurasi Tunnel" vertex="1">
+           <mxGeometry height="40" width="130" x="1684" y="922" as="geometry" />
+         </mxCell>
+         <mxCell id="TYqNpPFM6TGwHHhuPpuI-29" edge="1" parent="1" source="TYqNpPFM6TGwHHhuPpuI-26" style="edgeStyle=orthogonalEdgeStyle;rounded=0;orthogonalLoop=1;jettySize=auto;html=1;exitX=0.5;exitY=1;exitDx=0;exitDy=0;entryX=0.5;entryY=0;entryDx=0;entryDy=0;" target="TYqNpPFM6TGwHHhuPpuI-28">
+           <mxGeometry relative="1" as="geometry" />
+         </mxCell>
+         <mxCell id="TYqNpPFM6TGwHHhuPpuI-37" parent="1" style="text;html=1;whiteSpace=wrap;strokeColor=none;fillColor=none;align=center;verticalAlign=middle;rounded=0;" value="status bgp active/idle" vertex="1">
+           <mxGeometry height="20" width="97" x="1427" y="772" as="geometry" />
+         </mxCell>
+         <mxCell id="TYqNpPFM6TGwHHhuPpuI-38" parent="1" style="text;html=1;whiteSpace=wrap;strokeColor=none;fillColor=none;align=center;verticalAlign=middle;rounded=0;" value="Tidak" vertex="1">
+           <mxGeometry height="20" width="50" x="1309" y="832" as="geometry" />
+         </mxCell>
+         <mxCell id="TYqNpPFM6TGwHHhuPpuI-40" parent="1" style="text;html=1;whiteSpace=wrap;strokeColor=none;fillColor=none;align=center;verticalAlign=middle;rounded=0;" value="Ya" vertex="1">
+           <mxGeometry height="20" width="50" x="1469" y="830" as="geometry" />
+         </mxCell>
+         <mxCell id="TYqNpPFM6TGwHHhuPpuI-41" parent="1" style="text;html=1;whiteSpace=wrap;strokeColor=none;fillColor=none;align=center;verticalAlign=middle;rounded=0;" value="Ya" vertex="1">
+           <mxGeometry height="20" width="50" x="1639" y="830" as="geometry" />
+         </mxCell>
+         <mxCell id="TYqNpPFM6TGwHHhuPpuI-33" parent="1" style="shape=process;whiteSpace=wrap;html=1;backgroundOutline=1;" value="Pengecekan sisi Cabang" vertex="1">
+           <mxGeometry height="60" width="120" x="1169" y="817" as="geometry" />
+         </mxCell>
+         <mxCell id="pmmJg_nAHrXnhT2FHE6J-7" parent="1" style="ellipse;whiteSpace=wrap;html=1;" value="Selesai" vertex="1">
+           <mxGeometry height="40" width="70" x="1859" y="827" as="geometry" />
+         </mxCell>
+         <mxCell id="v4keN2X_tolYOajlrL1v-21" parent="1" style="text;html=1;whiteSpace=wrap;strokeColor=none;fillColor=none;align=center;verticalAlign=middle;rounded=0;" value="Metro" vertex="1">
+           <mxGeometry height="30" width="60" x="970" y="450" as="geometry" />
        </mxCell>
      </root>
    </mxGraphModel>
  </diagram>
</mxfile>
